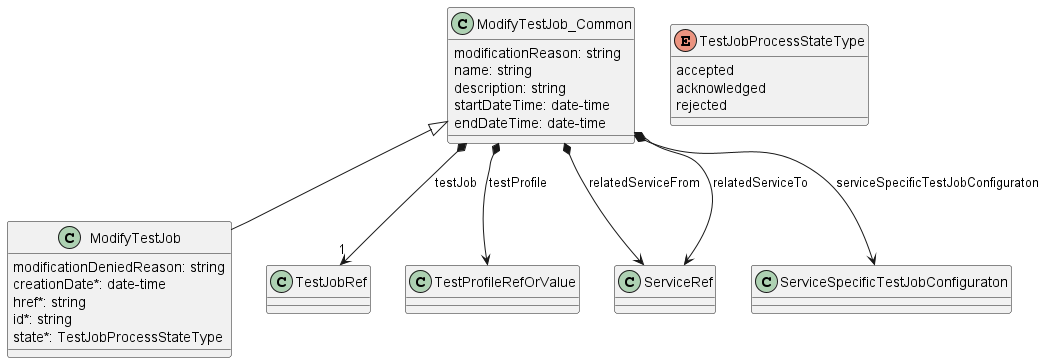
Before: documentation/serviceApi/sft/serviceTest/media/modifyTestJobModel.png, a diagram exported from PlantUML (MEF-GIT/MEF-LSO-Legato-SDK).
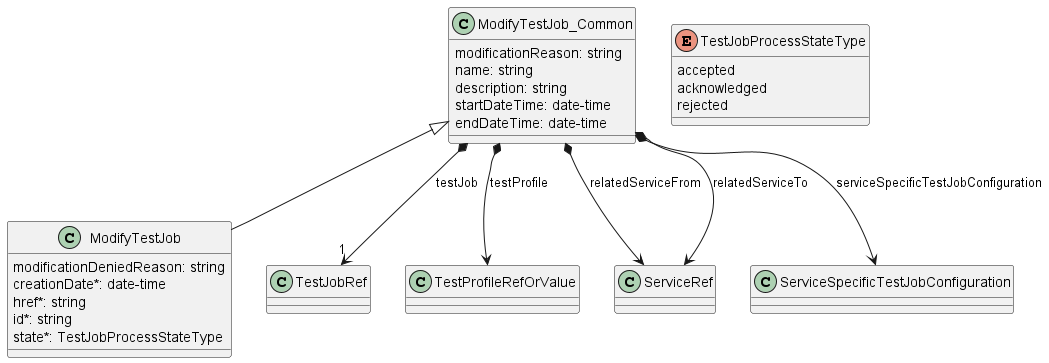
After the change.

The edit, as a diff of the source:
```diff
@@ -26,7 +26,7 @@
 ModifyTestJob_Common *--> TestProfileRefOrValue : testProfile
 ModifyTestJob_Common *--> ServiceRef : relatedServiceFrom
 ModifyTestJob_Common *--> ServiceRef : relatedServiceTo
-ModifyTestJob_Common *--> ServiceSpecificTestJobConfiguraton : serviceSpecificTestJobConfiguraton
+ModifyTestJob_Common *--> ServiceSpecificTestJobConfiguration : serviceSpecificTestJobConfiguration
 
 
 enum TestJobProcessStateType {
```
